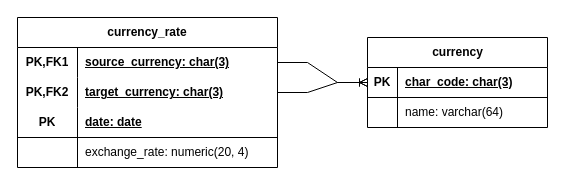
Before: CurrencyRates/docs/CbrDbScheme.drawio in alozhka/TLOnboarding, a draw.io diagram. Source tidied: cells renumbered, new cells numbered last; positions are measured from the earlier drawing's top-left corner, leaving out a move shared by most shapes. Both pictures are drawn from the tidied source at 100%, with x=0, y=0 at pixel (17, 17).
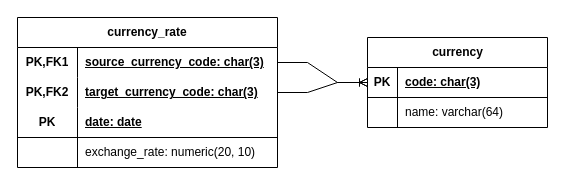
The same page after the edit.

Unchanged cells that the change refers to:
```xml
<mxCell id="3" style="shape=tableRow;horizontal=0;startSize=0;swimlaneHead=0;swimlaneBody=0;fillColor=none;points=[[0,0.5],[1,0.5]];portConstraint=eastwest;top=0;left=0;right=0;bottom=0;html=1;" parent="2" vertex="1">
  <mxGeometry y="30" width="260" height="30" as="geometry" />
</mxCell>
<mxCell id="6" style="shape=tableRow;horizontal=0;startSize=0;swimlaneHead=0;swimlaneBody=0;fillColor=none;points=[[0,0.5],[1,0.5]];portConstraint=eastwest;top=0;left=0;right=0;bottom=0;html=1;" parent="2" vertex="1">
  <mxGeometry y="60" width="260" height="30" as="geometry" />
</mxCell>
<mxCell id="12" style="shape=tableRow;horizontal=0;startSize=0;swimlaneHead=0;swimlaneBody=0;fillColor=none;top=0;left=0;right=0;bottom=0;html=1;" parent="2" vertex="1">
  <mxGeometry y="120" width="260" height="30" as="geometry" />
</mxCell>
<mxCell id="16" style="shape=tableRow;horizontal=0;startSize=0;swimlaneHead=0;swimlaneBody=0;fillColor=none;points=[[0,0.5],[1,0.5]];portConstraint=eastwest;top=0;left=0;right=0;bottom=1;" parent="15" vertex="1">
  <mxGeometry y="30" width="180" height="30" as="geometry" />
</mxCell>
```

What changed in the source:
```diff
@@
-    <mxCell id="5" value="source_currency: char(3)" style="shape=partialRectangle;fillColor=none;top=0;left=0;bottom=0;right=0;align=left;spacingLeft=6;fontStyle=5;overflow=hidden;html=1;whiteSpace=wrap;" parent="3" vertex="1">
+    <mxCell id="5" value="source_currency_code: char(3)" style="shape=partialRectangle;fillColor=none;top=0;left=0;bottom=0;right=0;align=left;spacingLeft=6;fontStyle=5;overflow=hidden;html=1;whiteSpace=wrap;" parent="3" vertex="1">
       <mxGeometry x="60" width="200" height="30" as="geometry" />
     </mxCell>
@@
-    <mxCell id="8" value="target_currency: char(3)" style="shape=partialRectangle;fillColor=none;top=0;left=0;bottom=0;right=0;align=left;spacingLeft=6;fontStyle=5;overflow=hidden;html=1;whiteSpace=wrap;" parent="6" vertex="1">
+    <mxCell id="8" value="target_currency_code: char(3)" style="shape=partialRectangle;fillColor=none;top=0;left=0;bottom=0;right=0;align=left;spacingLeft=6;fontStyle=5;overflow=hidden;html=1;whiteSpace=wrap;" parent="6" vertex="1">
       <mxGeometry x="60" width="200" height="30" as="geometry" />
     </mxCell>
@@
-    <mxCell id="14" value="exchange_rate: numeric(20, 4)" style="shape=partialRectangle;fillColor=none;top=0;left=0;bottom=0;right=0;align=left;spacingLeft=6;overflow=hidden;html=1;whiteSpace=wrap;" parent="12" vertex="1">
+    <mxCell id="14" value="exchange_rate: numeric(20, 10)" style="shape=partialRectangle;fillColor=none;top=0;left=0;bottom=0;right=0;align=left;spacingLeft=6;overflow=hidden;html=1;whiteSpace=wrap;" parent="12" vertex="1">
       <mxGeometry x="60" width="200" height="30" as="geometry" />
     </mxCell>
@@
-    <mxCell id="18" value="char_code: char(3)" style="shape=partialRectangle;fillColor=none;top=0;left=0;bottom=0;right=0;align=left;spacingLeft=6;fontStyle=5;overflow=hidden;whiteSpace=wrap;html=1;" parent="16" vertex="1">
+    <mxCell id="18" value="code: char(3)" style="shape=partialRectangle;fillColor=none;top=0;left=0;bottom=0;right=0;align=left;spacingLeft=6;fontStyle=5;overflow=hidden;whiteSpace=wrap;html=1;" parent="16" vertex="1">
       <mxGeometry x="30" width="150" height="30" as="geometry" />
     </mxCell>
```
